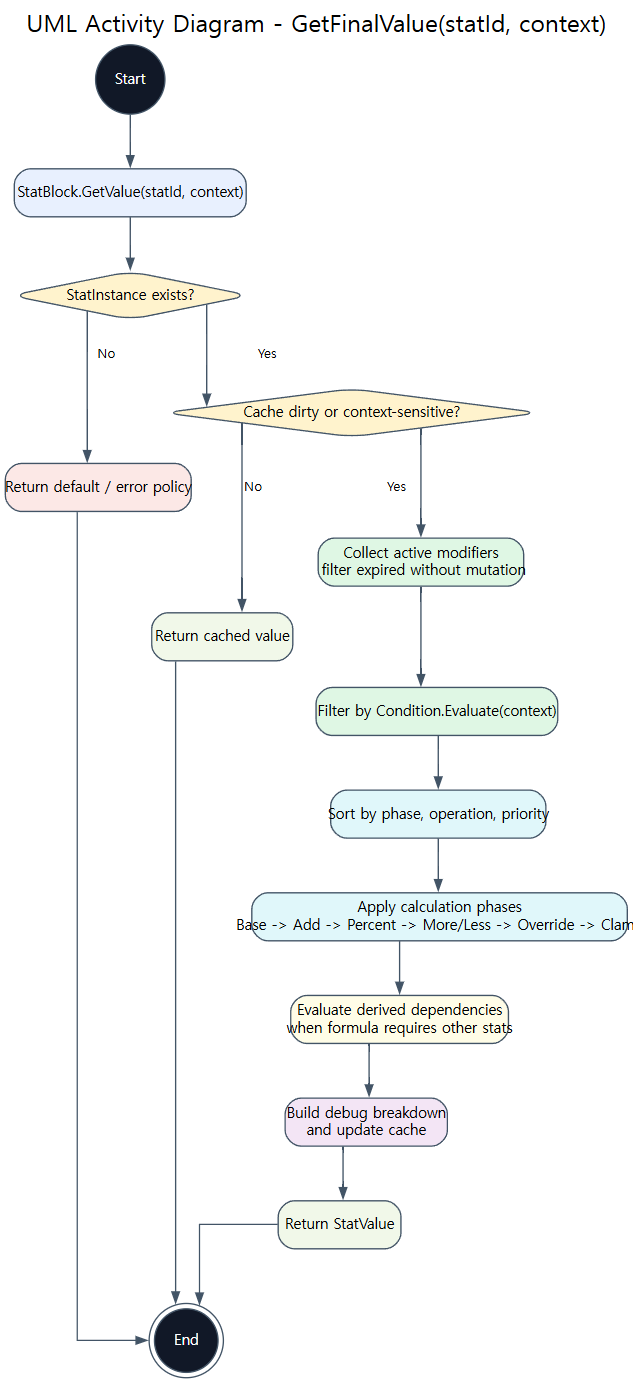
This is assets/diagrams/04_calculation_activity_diagram.png from JY-LemongO/game-system-framework-knowledge-site, a Graphviz export, as it was before one commit. Its source is kept beside it as source/diagrams/04_calculation_activity_diagram.dot.
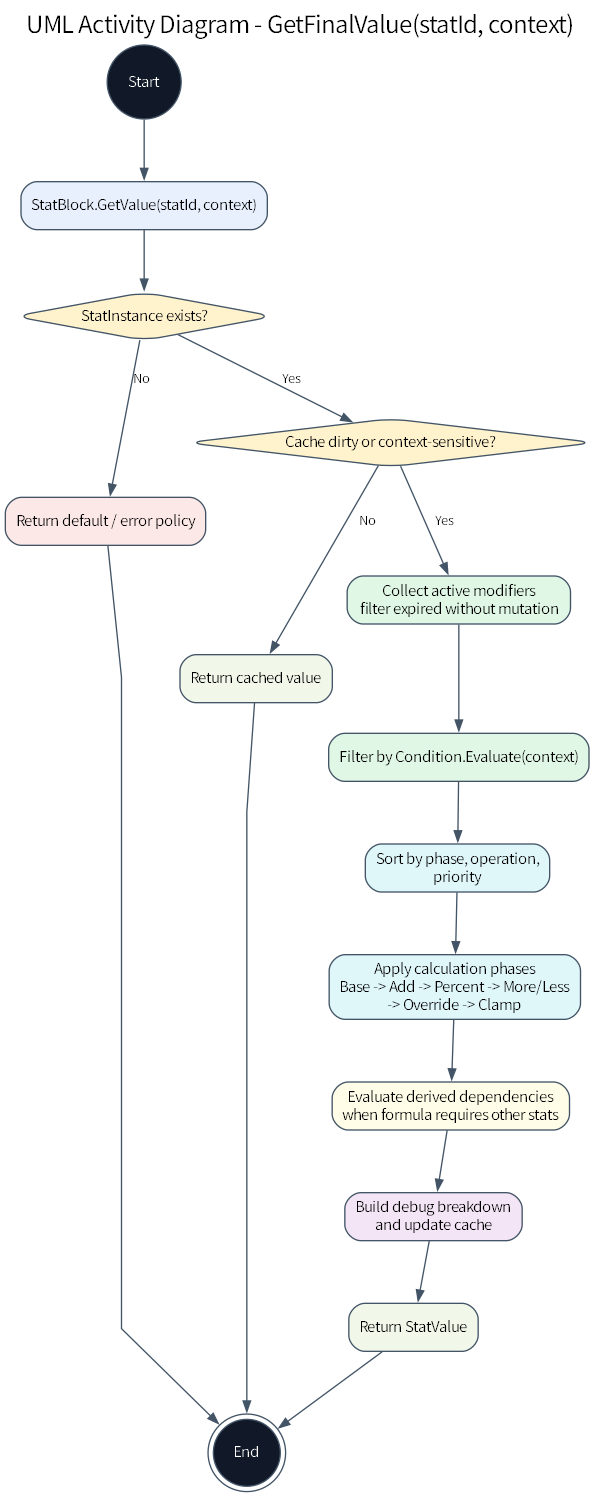
Above is the later version.

Change to the diagram source:
```diff
@@ -1,7 +1,7 @@
 digraph ActivityDiagram {
-	graph [bgcolor=white fontname="Noto Sans CJK KR" fontsize=18 label="UML Activity Diagram - GetFinalValue(statId, context)" labelloc=t nodesep=0.45 rankdir=TB ranksep=0.55 splines=ortho]
-	node [color="#425466" fontname="Noto Sans CJK KR" fontsize=11 style="rounded,filled"]
-	edge [arrowsize=0.8 color="#425466" fontname="Noto Sans CJK KR" fontsize=10]
+	graph [bgcolor=white fontname="Noto Sans KR" fontsize=18 label="UML Activity Diagram - GetFinalValue(statId, context)" labelloc=t nodesep=0.55 rankdir=TB ranksep=0.62 splines=polyline]
+	node [color="#425466" fontname="Noto Sans KR" fontsize=11 style="rounded,filled"]
+	edge [arrowsize=0.8 color="#425466" fontname="Noto Sans KR" fontsize=10]
 	start [label=Start fillcolor="#111827" fontcolor=white shape=circle width=0.35]
 	query [label="StatBlock.GetValue(statId, context)" fillcolor="#E8F0FE" shape=box]
 	exists [label="StatInstance exists?" fillcolor="#FFF3CD" shape=diamond]
@@ -11,9 +11,10 @@
 	collect [label="Collect active modifiers
  filter expired without mutation" fillcolor="#DFF7E4" shape=box]
 	filter [label="Filter by Condition.Evaluate(context)" fillcolor="#DFF7E4" shape=box]
-	sort [label="Sort by phase, operation, priority" fillcolor="#E0F7FA" shape=box]
+	sort [label="Sort by phase, operation,\npriority" fillcolor="#E0F7FA" shape=box]
 	apply [label="Apply calculation phases
-Base -> Add -> Percent -> More/Less -> Override -> Clamp" fillcolor="#E0F7FA" shape=box]
+Base -> Add -> Percent -> More/Less
+-> Override -> Clamp" fillcolor="#E0F7FA" shape=box]
 	derived [label="Evaluate derived dependencies
 when formula requires other stats" fillcolor="#FFFDE7" shape=box]
 	breakdown [label="Build debug breakdown
```
